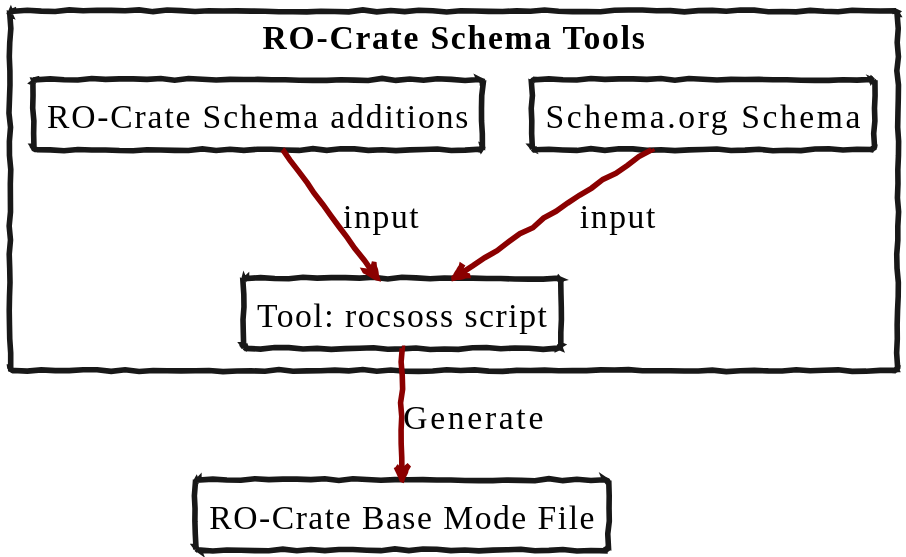
The PlantUML diagram docs/images/soss-to-profile.svg in Language-Research-Technology/ro-crate-modes, before a commit.
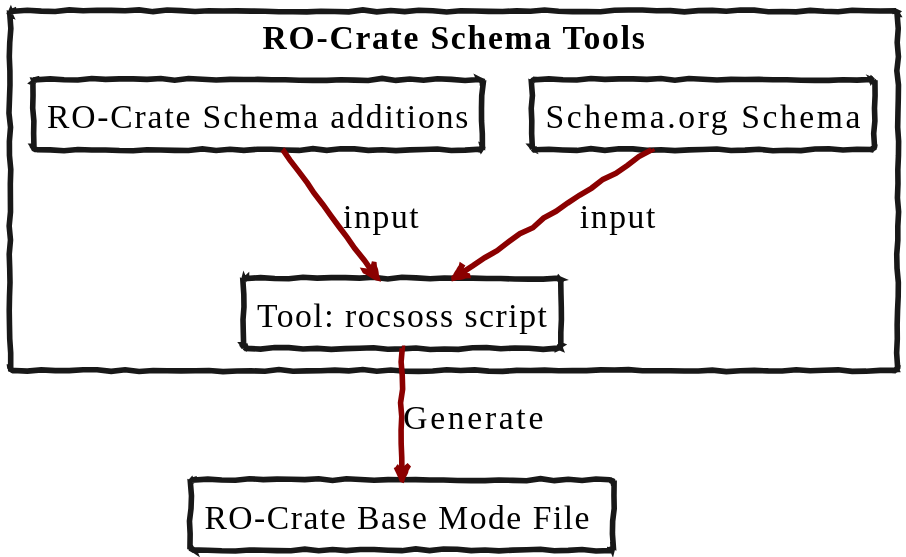
Above is the later version.

What changed in the source:
```diff
@@ -7,7 +7,7 @@
 rectangle "Tool: rocsoss script" as rocsoss
 }
 
-rectangle "RO-Crate Base Mode File" as rop
+rectangle "RO-Crate Base Mode File " as rop
 
 sos -down-> rocsoss : input
 roc -down-> rocsoss : input
```
